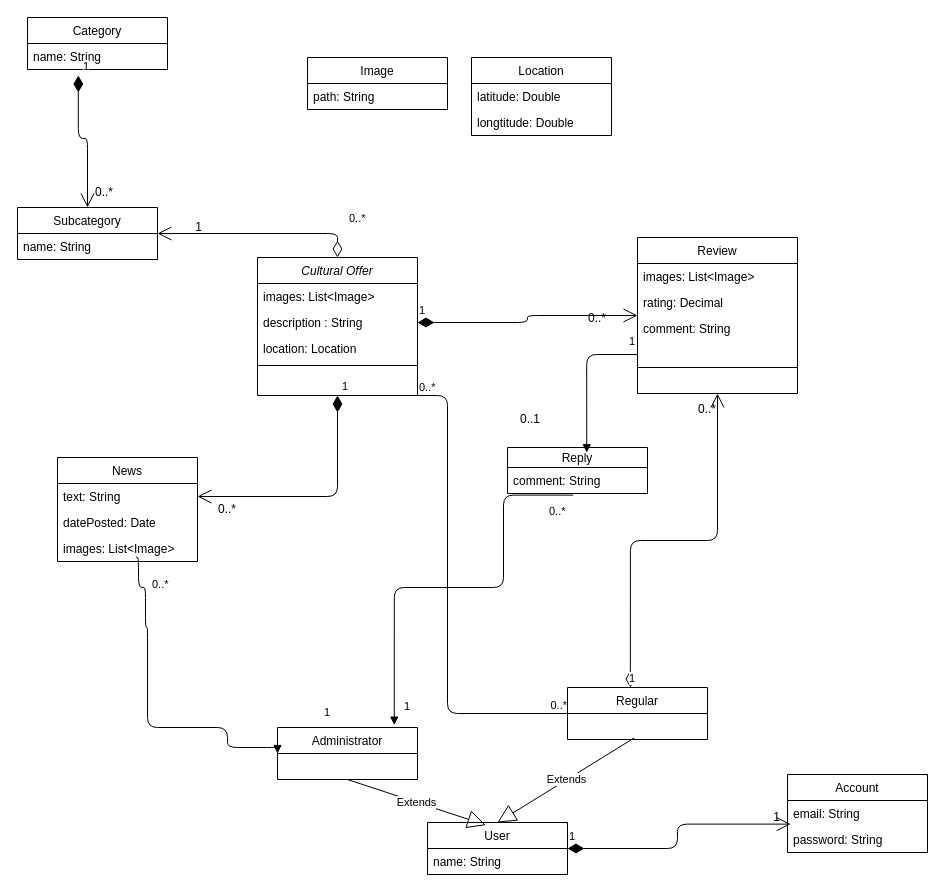
This is diagrams/class-diagram.drawio from matijapetrovic/cultural-offer-app, a draw.io file, before an edit. Source tidied: cells renumbered, new cells numbered last; positions are measured from the earlier drawing's top-left corner, leaving out a move shared by most shapes. Both pictures are drawn from the tidied source at 100%, with x=0, y=0 at pixel (17, 17).
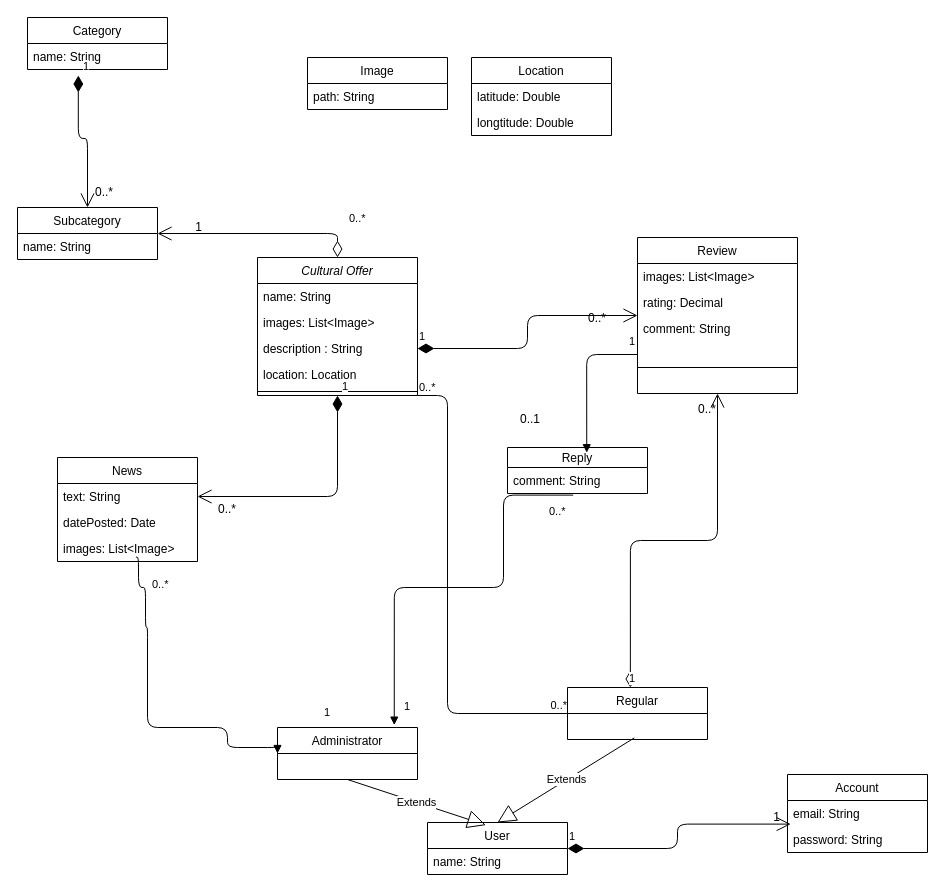
The same page after the edit.

The change refers to these unchanged cells:
```xml
<mxCell id="2" value="Cultural Offer" style="swimlane;fontStyle=2;align=center;verticalAlign=top;horizontal=1;startSize=26;rounded=0;shadow=0;strokeWidth=1;" parent="1" vertex="1">
  <mxGeometry x="240" y="240" width="160" height="138" as="geometry" />
</mxCell>
```

Diff of the diagram source:
```diff
@@
+    <mxCell id="59" value="name: String" style="text;strokeColor=none;fillColor=none;align=left;verticalAlign=top;spacingLeft=4;spacingRight=4;overflow=hidden;" parent="2" vertex="1">
+      <mxGeometry y="26" width="160" height="26" as="geometry" />
+    </mxCell>
     <mxCell id="3" value="images: List&lt;Image&gt;" style="text;align=left;verticalAlign=top;spacingLeft=4;spacingRight=4;overflow=hidden;rounded=0;shadow=0;html=0;" parent="2" vertex="1">
-      <mxGeometry y="26" width="160" height="26" as="geometry" />
+      <mxGeometry y="52" width="160" height="26" as="geometry" />
     </mxCell>
     <mxCell id="4" value="description : String" style="text;align=left;verticalAlign=top;spacingLeft=4;spacingRight=4;overflow=hidden;points=[[0,0.5],[1,0.5]];portConstraint=eastwest;" parent="2" vertex="1">
-      <mxGeometry y="52" width="160" height="26" as="geometry" />
+      <mxGeometry y="78" width="160" height="26" as="geometry" />
     </mxCell>
     <mxCell id="5" value="location: Location" style="text;align=left;verticalAlign=top;spacingLeft=4;spacingRight=4;overflow=hidden;" parent="2" vertex="1">
-      <mxGeometry y="78" width="160" height="26" as="geometry" />
+      <mxGeometry y="104" width="160" height="26" as="geometry" />
     </mxCell>
     <mxCell id="6" style="line;html=1;strokeWidth=1;align=left;verticalAlign=middle;spacingTop=-1;spacingLeft=3;spacingRight=3;labelPosition=right;" parent="2" vertex="1">
-      <mxGeometry y="104" width="160" height="8" as="geometry" />
+      <mxGeometry y="130" width="160" height="8" as="geometry" />
     </mxCell>
```
